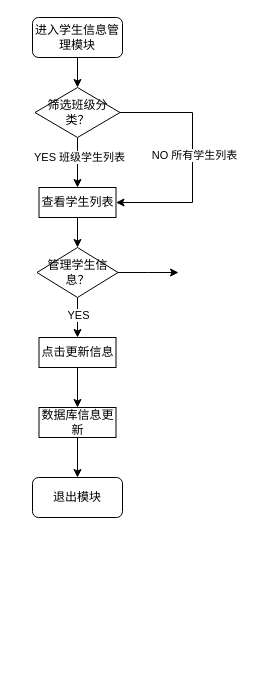
This is 33Untitled Diagram.drawio from Ekko306/diagrams.net, a draw.io file, before an edit. Source tidied: cells renumbered, new cells numbered last; positions are measured from the earlier drawing's top-left corner, leaving out a move shared by most shapes. Both pictures are drawn from the tidied source at 100%, with x=0, y=0 at pixel (32, 17).
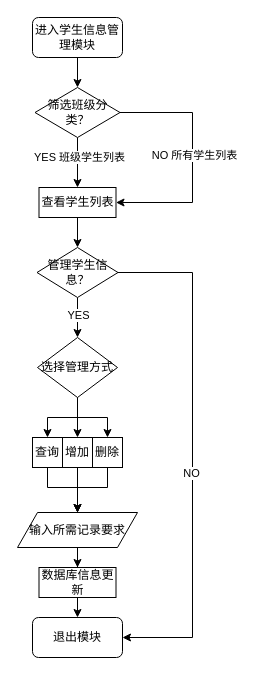
After the change.

The change refers to these unchanged cells:
```xml
<mxCell id="15" value="管理学生信息？" style="rhombus;whiteSpace=wrap;html=1;" parent="1" vertex="1">
  <mxGeometry x="4.5" y="230" width="81" height="50" as="geometry" />
</mxCell>
```

Change to the diagram source:
```diff
@@
     <mxCell id="9" value="退出模块" style="rounded=1;whiteSpace=wrap;html=1;" parent="1" vertex="1">
-      <mxGeometry y="460" width="90" height="40" as="geometry" />
+      <mxGeometry y="600" width="90" height="40" as="geometry" />
     </mxCell>
@@
-    <mxCell id="12" style="edgeStyle=orthogonalEdgeStyle;rounded=0;jettySize=auto;html=1;entryX=0.5;entryY=0;entryDx=0;entryDy=0;" parent="1" edge="1" source="15" target="17">
-      <mxGeometry relative="1" as="geometry" />
+    <mxCell id="12" style="edgeStyle=orthogonalEdgeStyle;rounded=0;jettySize=auto;html=1;entryX=0.5;entryY=0;entryDx=0;entryDy=0;" parent="1" edge="1" source="15">
+      <mxGeometry relative="1" as="geometry">
+        <mxPoint x="45" y="320" as="targetPoint" />
+      </mxGeometry>
     </mxCell>
@@
-    <mxCell id="14" style="edgeStyle=orthogonalEdgeStyle;rounded=0;jettySize=auto;html=1;" parent="1" edge="1" source="15">
+    <mxCell id="14" style="edgeStyle=orthogonalEdgeStyle;rounded=0;jettySize=auto;html=1;entryX=1;entryY=0.5;entryDx=0;entryDy=0;" parent="1" edge="1" source="15" target="9">
       <mxGeometry relative="1" as="geometry">
-        <mxPoint x="146" y="255" as="targetPoint" />
+        <Array as="points">
+          <mxPoint x="160" y="255" />
+          <mxPoint x="160" y="620" />
+        </Array>
       </mxGeometry>
     </mxCell>
+    <mxCell id="20" value="NO" style="edgeLabel;html=1;align=center;verticalAlign=middle;" parent="14" vertex="1">
+      <mxGeometry x="0.08" y="-2" relative="1" as="geometry" />
+    </mxCell>
@@
-    <mxCell id="16" style="edgeStyle=orthogonalEdgeStyle;rounded=0;jettySize=auto;html=1;entryX=0.5;entryY=0;entryDx=0;entryDy=0;" parent="1" edge="1" source="17" target="19">
-      <mxGeometry relative="1" as="geometry" />
-    </mxCell>
-    <mxCell id="17" value="点击更新信息" style="rounded=0;whiteSpace=wrap;html=1;" parent="1" vertex="1">
-      <mxGeometry x="6.5" y="320" width="77" height="30" as="geometry" />
-    </mxCell>
+    <mxCell id="21" style="edgeStyle=orthogonalEdgeStyle;rounded=0;jettySize=auto;html=1;exitX=0.5;exitY=1;exitDx=0;exitDy=0;" parent="1" edge="1" source="24" target="26">
+      <mxGeometry relative="1" as="geometry" />
+    </mxCell>
+    <mxCell id="22" style="edgeStyle=orthogonalEdgeStyle;rounded=0;jettySize=auto;html=1;exitX=0.5;exitY=1;exitDx=0;exitDy=0;entryX=0.5;entryY=0;entryDx=0;entryDy=0;" parent="1" edge="1" source="24" target="28">
+      <mxGeometry relative="1" as="geometry" />
+    </mxCell>
+    <mxCell id="23" style="edgeStyle=orthogonalEdgeStyle;rounded=0;jettySize=auto;html=1;exitX=0.5;exitY=1;exitDx=0;exitDy=0;entryX=0.5;entryY=0;entryDx=0;entryDy=0;" parent="1" edge="1" source="24" target="30">
+      <mxGeometry relative="1" as="geometry" />
+    </mxCell>
+    <mxCell id="24" value="选择管理方式" style="rhombus;whiteSpace=wrap;html=1;" parent="1" vertex="1">
+      <mxGeometry x="5" y="320" width="80" height="60" as="geometry" />
+    </mxCell>
+    <mxCell id="25" style="edgeStyle=orthogonalEdgeStyle;rounded=0;jettySize=auto;html=1;exitX=0.5;exitY=1;exitDx=0;exitDy=0;entryX=0.5;entryY=0;entryDx=0;entryDy=0;" parent="1" edge="1" source="26" target="32">
+      <mxGeometry relative="1" as="geometry">
+        <Array as="points">
+          <mxPoint x="15" y="470" />
+          <mxPoint x="45" y="470" />
+        </Array>
+      </mxGeometry>
+    </mxCell>
+    <mxCell id="26" value="查询" style="rounded=0;whiteSpace=wrap;html=1;" parent="1" vertex="1">
+      <mxGeometry y="420" width="30" height="30" as="geometry" />
+    </mxCell>
+    <mxCell id="27" style="edgeStyle=orthogonalEdgeStyle;rounded=0;jettySize=auto;html=1;exitX=0.5;exitY=1;exitDx=0;exitDy=0;entryX=0.5;entryY=0;entryDx=0;entryDy=0;" parent="1" edge="1" source="28" target="32">
+      <mxGeometry relative="1" as="geometry" />
+    </mxCell>
+    <mxCell id="28" value="增加" style="rounded=0;whiteSpace=wrap;html=1;" parent="1" vertex="1">
+      <mxGeometry x="30" y="420" width="30" height="30" as="geometry" />
+    </mxCell>
+    <mxCell id="29" style="edgeStyle=orthogonalEdgeStyle;rounded=0;jettySize=auto;html=1;exitX=0.5;exitY=1;exitDx=0;exitDy=0;entryX=0.5;entryY=0;entryDx=0;entryDy=0;" parent="1" edge="1" source="30" target="32">
+      <mxGeometry relative="1" as="geometry">
+        <Array as="points">
+          <mxPoint x="75" y="470" />
+          <mxPoint x="45" y="470" />
+        </Array>
+      </mxGeometry>
+    </mxCell>
+    <mxCell id="30" value="删除" style="rounded=0;whiteSpace=wrap;html=1;" parent="1" vertex="1">
+      <mxGeometry x="60" y="420" width="30" height="30" as="geometry" />
+    </mxCell>
+    <mxCell id="31" style="edgeStyle=orthogonalEdgeStyle;rounded=0;jettySize=auto;html=1;entryX=0.5;entryY=0;entryDx=0;entryDy=0;" parent="1" edge="1" source="32" target="19">
+      <mxGeometry relative="1" as="geometry" />
+    </mxCell>
+    <mxCell id="32" value="输入所需记录要求" style="shape=parallelogram;perimeter=parallelogramPerimeter;whiteSpace=wrap;html=1;fixedSize=1;" parent="1" vertex="1">
+      <mxGeometry x="-15" y="495" width="120" height="35" as="geometry" />
+    </mxCell>
-    <mxCell id="18" style="edgeStyle=orthogonalEdgeStyle;rounded=0;jettySize=auto;html=1;entryX=0.5;entryY=0;entryDx=0;entryDy=0;" parent="1" edge="1" source="19" target="9">
+    <mxCell id="18" style="edgeStyle=orthogonalEdgeStyle;rounded=0;jettySize=auto;html=1;exitX=0.5;exitY=1;exitDx=0;exitDy=0;entryX=0.5;entryY=0;entryDx=0;entryDy=0;" parent="1" edge="1" source="19" target="9">
       <mxGeometry relative="1" as="geometry" />
     </mxCell>
     <mxCell id="19" value="数据库信息更新" style="rounded=0;whiteSpace=wrap;html=1;" parent="1" vertex="1">
-      <mxGeometry x="6.5" y="390" width="77" height="30" as="geometry" />
+      <mxGeometry x="6.5" y="550" width="77" height="30" as="geometry" />
     </mxCell>
```
